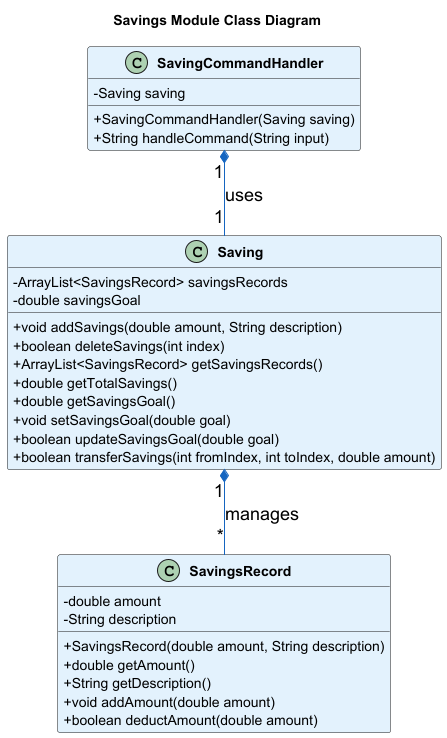
xiaojielei/tp keeps this PlantUML diagram as docs/images/SavingClassDiagram.png. Above is the earlier version.
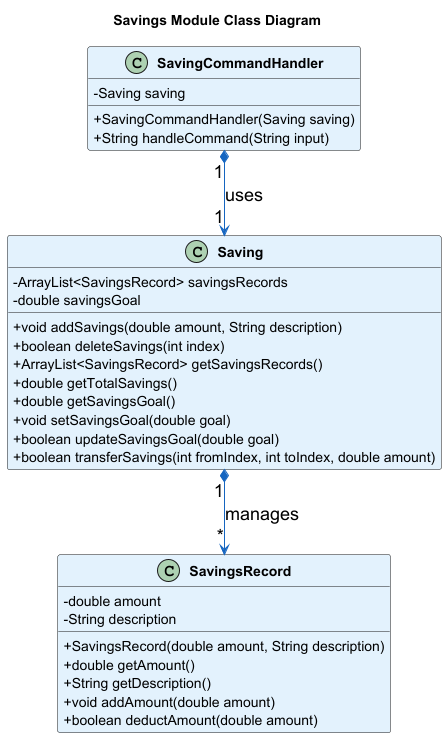
Above is the later version.

Commit message:
Edited saving class diagram(puml and png)

Diff of the diagram source:
```diff
@@ -41,7 +41,7 @@
     + String handleCommand(String input)
 }
 
-Saving "1" *-- "*" SavingsRecord : manages
-SavingCommandHandler "1" *-- "1" Saving : uses
+Saving "1" *--> "*" SavingsRecord : manages
+SavingCommandHandler "1" *--> "1" Saving : uses
 
 @enduml
```
